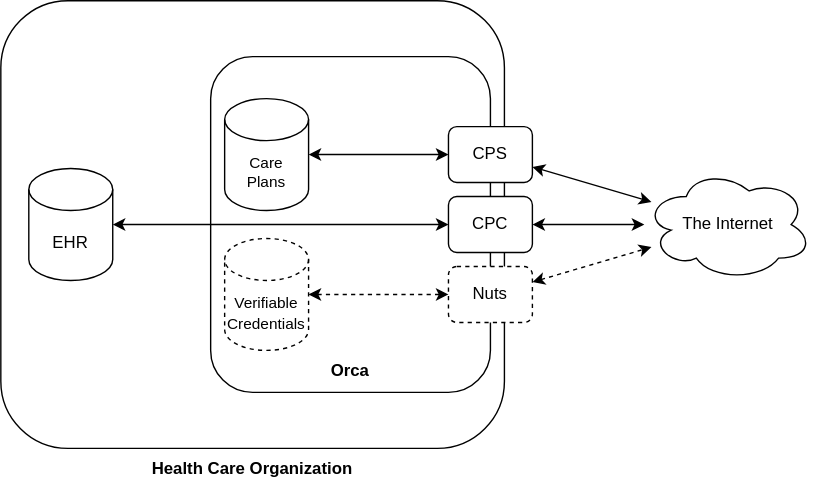
Earlier version of the draw.io export docs/_static/images/Shared Care Planning Network-CPC+CPS.drawio.svg (SanteonNL/orca). Source tidied: cells renumbered, new cells last; positions are measured from the earlier drawing's top-left corner, leaving out a move shared by most shapes. Its diagram source:
```xml
<mxGraphModel>
  <root>
    <mxCell id="0" />
    <mxCell id="1" parent="0" />
    <mxCell id="2" style="group;" parent="1" vertex="1">
      <mxGeometry width="580" height="350" as="geometry" />
    </mxCell>
    <mxCell id="3" style="rounded=1;whiteSpace=wrap;html=1;" parent="2" vertex="1">
      <mxGeometry width="360" height="320" as="geometry" />
    </mxCell>
    <mxCell id="4" value="EHR" style="shape=cylinder3;whiteSpace=wrap;html=1;boundedLbl=1;backgroundOutline=1;size=15;" parent="2" vertex="1">
      <mxGeometry x="20" y="120" width="60" height="80" as="geometry" />
    </mxCell>
    <mxCell id="5" style="rounded=1;whiteSpace=wrap;html=1;" parent="2" vertex="1">
      <mxGeometry x="150" y="40" width="200" height="240" as="geometry" />
    </mxCell>
    <mxCell id="6" value="CPC" style="rounded=1;whiteSpace=wrap;html=1;" parent="2" vertex="1">
      <mxGeometry x="320" y="140" width="60" height="40" as="geometry" />
    </mxCell>
    <mxCell id="7" value="CPS" style="rounded=1;whiteSpace=wrap;html=1;" parent="2" vertex="1">
      <mxGeometry x="320" y="90" width="60" height="40" as="geometry" />
    </mxCell>
    <mxCell id="8" value="Care&lt;div&gt;Plans&lt;/div&gt;" style="shape=cylinder3;whiteSpace=wrap;html=1;boundedLbl=1;backgroundOutline=1;size=15;fontSize=11;" parent="2" vertex="1">
      <mxGeometry x="160" y="70" width="60" height="80" as="geometry" />
    </mxCell>
    <mxCell id="9" style="endArrow=classic;startArrow=classic;html=1;rounded=0;" parent="2" edge="1" source="8" target="7">
      <mxGeometry relative="1" as="geometry">
        <Array as="points">
          <mxPoint x="266" y="110" />
        </Array>
      </mxGeometry>
    </mxCell>
    <mxCell id="10" style="endArrow=classic;startArrow=classic;html=1;rounded=0;" parent="2" edge="1" source="4" target="6">
      <mxGeometry relative="1" as="geometry" />
    </mxCell>
    <mxCell id="11" value="Nuts" style="rounded=1;whiteSpace=wrap;html=1;dashed=1;" parent="2" vertex="1">
      <mxGeometry x="320" y="190" width="60" height="40" as="geometry" />
    </mxCell>
    <mxCell id="12" value="&lt;font style=&quot;font-size: 11px;&quot;&gt;Verifiable Credentials&lt;/font&gt;" style="shape=cylinder3;whiteSpace=wrap;html=1;boundedLbl=1;backgroundOutline=1;size=15;dashed=1;" parent="2" vertex="1">
      <mxGeometry x="160" y="170" width="60" height="80" as="geometry" />
    </mxCell>
    <mxCell id="13" style="endArrow=classic;startArrow=classic;html=1;rounded=0;dashed=1;" parent="2" edge="1" source="12" target="11">
      <mxGeometry relative="1" as="geometry" />
    </mxCell>
    <mxCell id="14" value="&lt;b&gt;Orca&lt;/b&gt;" style="text;html=1;align=center;verticalAlign=middle;whiteSpace=wrap;rounded=0;" parent="2" vertex="1">
      <mxGeometry x="220" y="250" width="60" height="30" as="geometry" />
    </mxCell>
    <mxCell id="15" value="&lt;b&gt;Health Care Organization&lt;/b&gt;" style="text;html=1;align=center;verticalAlign=middle;whiteSpace=wrap;rounded=0;" parent="2" vertex="1">
      <mxGeometry x="85" y="320" width="190" height="30" as="geometry" />
    </mxCell>
    <mxCell id="16" value="The Internet" style="ellipse;shape=cloud;whiteSpace=wrap;html=1;" parent="2" vertex="1">
      <mxGeometry x="460" y="120" width="120" height="80" as="geometry" />
    </mxCell>
    <mxCell id="17" style="endArrow=classic;startArrow=classic;html=1;rounded=0;" parent="2" edge="1" source="7" target="16">
      <mxGeometry relative="1" as="geometry" />
    </mxCell>
    <mxCell id="18" style="endArrow=classic;startArrow=classic;html=1;rounded=0;dashed=1;" parent="2" edge="1" source="11" target="16">
      <mxGeometry relative="1" as="geometry" />
    </mxCell>
    <mxCell id="19" style="endArrow=classic;startArrow=classic;html=1;rounded=0;" parent="2" edge="1" source="6" target="16">
      <mxGeometry relative="1" as="geometry" />
    </mxCell>
  </root>
</mxGraphModel>
```
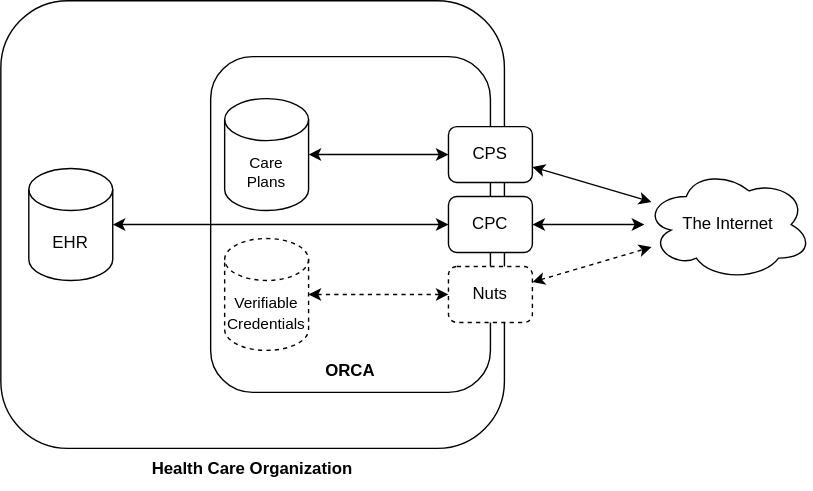
The same diagram one commit later.

Diff of the diagram source:
```diff
@@ -42,7 +42,7 @@
     <mxCell id="13" style="endArrow=classic;startArrow=classic;html=1;rounded=0;dashed=1;" parent="2" edge="1" source="12" target="11">
       <mxGeometry relative="1" as="geometry" />
     </mxCell>
-    <mxCell id="14" value="&lt;b&gt;Orca&lt;/b&gt;" style="text;html=1;align=center;verticalAlign=middle;whiteSpace=wrap;rounded=0;" parent="2" vertex="1">
+    <mxCell id="14" value="&lt;b&gt;ORCA&lt;/b&gt;" style="text;html=1;align=center;verticalAlign=middle;whiteSpace=wrap;rounded=0;" parent="2" vertex="1">
       <mxGeometry x="220" y="250" width="60" height="30" as="geometry" />
     </mxCell>
     <mxCell id="15" value="&lt;b&gt;Health Care Organization&lt;/b&gt;" style="text;html=1;align=center;verticalAlign=middle;whiteSpace=wrap;rounded=0;" parent="2" vertex="1">
```
